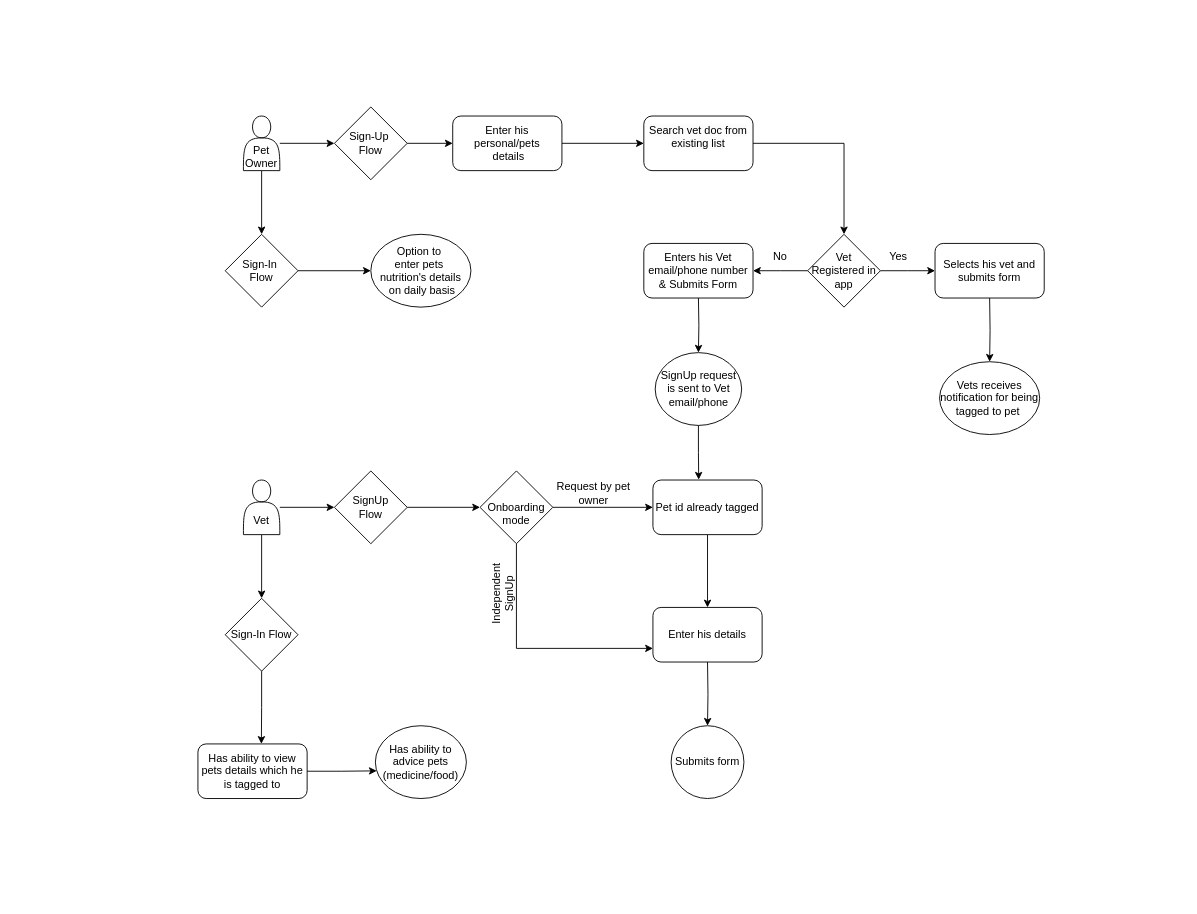
namanchopra21087/design-documents keeps this draw.io diagram as Pet-App-Flow.drawio. Above is the earlier version. Source tidied: cells renumbered, new cells numbered last; positions are measured from the earlier drawing's top-left corner, leaving out a move shared by most shapes. Both pictures are drawn from the tidied source at 91%, with x=0, y=0 at pixel (197, 106).
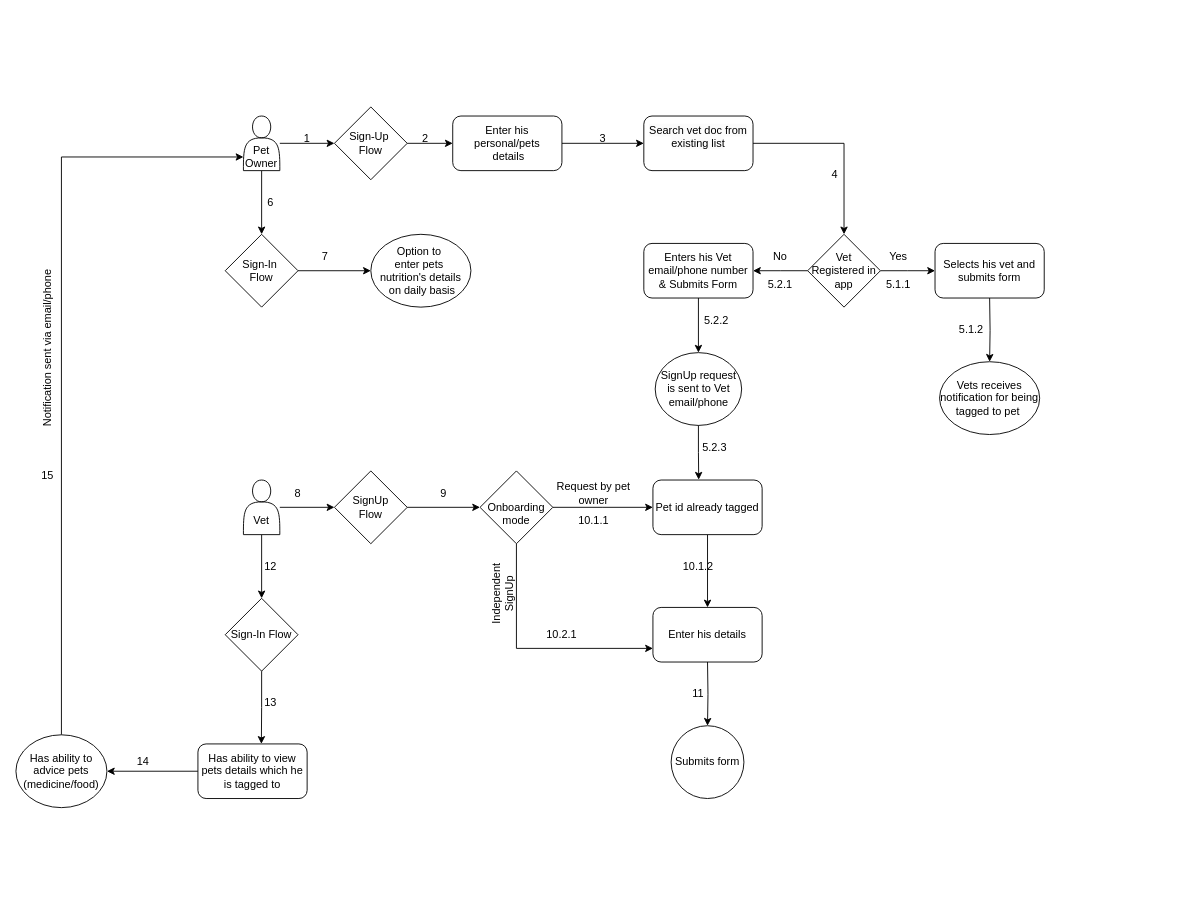
After the change.

The change refers to these unchanged cells:
```xml
<mxCell id="6" value="&lt;div&gt;&lt;br&gt;&lt;/div&gt;&lt;div&gt;&lt;br&gt;&lt;/div&gt;Pet Owner" style="shape=actor;whiteSpace=wrap;html=1;" parent="1" vertex="1">
  <mxGeometry x="50" y="10" width="40" height="60" as="geometry" />
</mxCell>
<mxCell id="13" value="SignUp request is sent to Vet email/phone" style="ellipse;whiteSpace=wrap;html=1;" parent="1" vertex="1">
  <mxGeometry x="502.5" y="270" width="95" height="80" as="geometry" />
</mxCell>
<mxCell id="38" value="Enters his Vet email/phone number&lt;div&gt;&amp;amp; Submits Form&lt;/div&gt;" style="rounded=1;whiteSpace=wrap;html=1;" parent="1" vertex="1">
  <mxGeometry x="490" y="150" width="120" height="60" as="geometry" />
</mxCell>
<mxCell id="43" value="Has ability to view pets details which he is tagged to" style="rounded=1;whiteSpace=wrap;html=1;" parent="1" vertex="1">
  <mxGeometry y="700" width="120" height="60" as="geometry" />
</mxCell>
```

The edit, as a diff of the source:
```diff
@@
-    <mxCell id="12" style="edgeStyle=orthogonalEdgeStyle;rounded=0;jettySize=auto;html=1;entryX=0.5;entryY=0;entryDx=0;entryDy=0;" parent="1" edge="1" target="13">
-      <mxGeometry relative="1" as="geometry">
-        <mxPoint x="550" y="210" as="sourcePoint" />
-      </mxGeometry>
-    </mxCell>
@@
+    <mxCell id="48" style="edgeStyle=orthogonalEdgeStyle;rounded=0;jettySize=auto;html=1;entryX=0;entryY=0.75;entryDx=0;entryDy=0;exitX=0.5;exitY=0;exitDx=0;exitDy=0;" parent="1" edge="1" source="28" target="6">
+      <mxGeometry relative="1" as="geometry" />
+    </mxCell>
     <mxCell id="28" value="Has ability to advice pets&lt;div&gt;(medicine/food)&lt;/div&gt;" style="ellipse;whiteSpace=wrap;html=1;" parent="1" vertex="1">
-      <mxGeometry x="195" y="680" width="100" height="80" as="geometry" />
+      <mxGeometry x="-200" y="690" width="100" height="80" as="geometry" />
     </mxCell>
@@
+    <mxCell id="49" style="edgeStyle=orthogonalEdgeStyle;rounded=0;jettySize=auto;html=1;entryX=0.5;entryY=0;entryDx=0;entryDy=0;" parent="1" edge="1" source="38" target="13">
+      <mxGeometry relative="1" as="geometry" />
+    </mxCell>
@@
+    <mxCell id="44" style="edgeStyle=orthogonalEdgeStyle;rounded=0;jettySize=auto;html=1;entryX=1;entryY=0.5;entryDx=0;entryDy=0;" parent="1" edge="1" source="43" target="28">
+      <mxGeometry relative="1" as="geometry" />
+    </mxCell>
@@
-    <mxCell id="44" style="edgeStyle=orthogonalEdgeStyle;rounded=0;jettySize=auto;html=1;entryX=0.015;entryY=0.62;entryDx=0;entryDy=0;entryPerimeter=0;" parent="1" edge="1" source="43" target="28">
-      <mxGeometry relative="1" as="geometry" />
-    </mxCell>
@@
+    <mxCell id="50" value="&amp;nbsp;" style="text;html=1;align=center;verticalAlign=middle;whiteSpace=wrap;rounded=0;" parent="1" vertex="1">
+      <mxGeometry x="-190" y="210" width="60" height="30" as="geometry" />
+    </mxCell>
+    <mxCell id="51" value="&amp;nbsp;" style="text;html=1;align=center;verticalAlign=middle;whiteSpace=wrap;rounded=0;" parent="1" vertex="1">
+      <mxGeometry x="390" y="840" width="60" height="30" as="geometry" />
+    </mxCell>
+    <mxCell id="52" value="&amp;nbsp;" style="text;html=1;align=center;verticalAlign=middle;whiteSpace=wrap;rounded=0;" parent="1" vertex="1">
+      <mxGeometry x="755" y="550" width="60" height="30" as="geometry" />
+    </mxCell>
+    <mxCell id="53" value="&amp;nbsp;" style="text;html=1;align=center;verticalAlign=middle;whiteSpace=wrap;rounded=0;" parent="1" vertex="1">
+      <mxGeometry x="430" y="-100" width="60" height="30" as="geometry" />
+    </mxCell>
+    <mxCell id="54" value="&amp;nbsp;" style="text;html=1;align=center;verticalAlign=middle;whiteSpace=wrap;rounded=0;" parent="1" vertex="1">
+      <mxGeometry x="1020" y="230" width="60" height="30" as="geometry" />
+    </mxCell>
+    <mxCell id="55" value="1" style="text;html=1;align=center;verticalAlign=middle;whiteSpace=wrap;rounded=0;" parent="1" vertex="1">
+      <mxGeometry x="90" y="20" width="60" height="30" as="geometry" />
+    </mxCell>
+    <mxCell id="56" value="2" style="text;html=1;align=center;verticalAlign=middle;whiteSpace=wrap;rounded=0;" parent="1" vertex="1">
+      <mxGeometry x="220" y="20" width="60" height="30" as="geometry" />
+    </mxCell>
+    <mxCell id="57" value="3" style="text;html=1;align=center;verticalAlign=middle;whiteSpace=wrap;rounded=0;" parent="1" vertex="1">
+      <mxGeometry x="415" y="20" width="60" height="30" as="geometry" />
+    </mxCell>
+    <mxCell id="58" value="4" style="text;html=1;align=center;verticalAlign=middle;whiteSpace=wrap;rounded=0;" parent="1" vertex="1">
+      <mxGeometry x="670" y="60" width="60" height="30" as="geometry" />
+    </mxCell>
+    <mxCell id="59" value="5.1.1" style="text;html=1;align=center;verticalAlign=middle;whiteSpace=wrap;rounded=0;" parent="1" vertex="1">
+      <mxGeometry x="740" y="180" width="60" height="30" as="geometry" />
+    </mxCell>
+    <mxCell id="60" value="5.1.2" style="text;html=1;align=center;verticalAlign=middle;whiteSpace=wrap;rounded=0;" parent="1" vertex="1">
+      <mxGeometry x="820" y="230" width="60" height="30" as="geometry" />
+    </mxCell>
+    <mxCell id="61" value="5.2.1" style="text;html=1;align=center;verticalAlign=middle;whiteSpace=wrap;rounded=0;" parent="1" vertex="1">
+      <mxGeometry x="610" y="180" width="60" height="30" as="geometry" />
+    </mxCell>
+    <mxCell id="62" value="5.2.2" style="text;html=1;align=center;verticalAlign=middle;whiteSpace=wrap;rounded=0;" parent="1" vertex="1">
+      <mxGeometry x="540" y="220" width="60" height="30" as="geometry" />
+    </mxCell>
+    <mxCell id="63" value="6" style="text;html=1;align=center;verticalAlign=middle;whiteSpace=wrap;rounded=0;" parent="1" vertex="1">
+      <mxGeometry x="50" y="90" width="60" height="30" as="geometry" />
+    </mxCell>
+    <mxCell id="64" value="7" style="text;html=1;align=center;verticalAlign=middle;whiteSpace=wrap;rounded=0;" parent="1" vertex="1">
+      <mxGeometry x="110" y="150" width="60" height="30" as="geometry" />
+    </mxCell>
+    <mxCell id="65" value="5.2.3" style="text;html=1;align=center;verticalAlign=middle;whiteSpace=wrap;rounded=0;" parent="1" vertex="1">
+      <mxGeometry x="537.5" y="360" width="60" height="30" as="geometry" />
+    </mxCell>
+    <mxCell id="66" value="8" style="text;html=1;align=center;verticalAlign=middle;whiteSpace=wrap;rounded=0;" parent="1" vertex="1">
+      <mxGeometry x="80" y="410" width="60" height="30" as="geometry" />
+    </mxCell>
+    <mxCell id="67" value="9" style="text;html=1;align=center;verticalAlign=middle;whiteSpace=wrap;rounded=0;" parent="1" vertex="1">
+      <mxGeometry x="240" y="410" width="60" height="30" as="geometry" />
+    </mxCell>
+    <mxCell id="68" value="10.1.1" style="text;html=1;align=center;verticalAlign=middle;whiteSpace=wrap;rounded=0;" parent="1" vertex="1">
+      <mxGeometry x="405" y="440" width="60" height="30" as="geometry" />
+    </mxCell>
+    <mxCell id="69" value="10.1.2" style="text;html=1;align=center;verticalAlign=middle;whiteSpace=wrap;rounded=0;" parent="1" vertex="1">
+      <mxGeometry x="520" y="490" width="60" height="30" as="geometry" />
+    </mxCell>
+    <mxCell id="70" value="11" style="text;html=1;align=center;verticalAlign=middle;whiteSpace=wrap;rounded=0;" parent="1" vertex="1">
+      <mxGeometry x="520" y="630" width="60" height="30" as="geometry" />
+    </mxCell>
+    <mxCell id="71" value="10.2.1" style="text;html=1;align=center;verticalAlign=middle;whiteSpace=wrap;rounded=0;" parent="1" vertex="1">
+      <mxGeometry x="370" y="565" width="60" height="30" as="geometry" />
+    </mxCell>
+    <mxCell id="72" value="12" style="text;html=1;align=center;verticalAlign=middle;whiteSpace=wrap;rounded=0;" parent="1" vertex="1">
+      <mxGeometry x="50" y="490" width="60" height="30" as="geometry" />
+    </mxCell>
+    <mxCell id="73" value="13" style="text;html=1;align=center;verticalAlign=middle;whiteSpace=wrap;rounded=0;" parent="1" vertex="1">
+      <mxGeometry x="50" y="640" width="60" height="30" as="geometry" />
+    </mxCell>
+    <mxCell id="74" value="14" style="text;html=1;align=center;verticalAlign=middle;whiteSpace=wrap;rounded=0;" parent="1" vertex="1">
+      <mxGeometry x="-90" y="705" width="60" height="30" as="geometry" />
+    </mxCell>
+    <mxCell id="75" value="Notification sent via email/phone" style="text;html=1;align=center;verticalAlign=middle;whiteSpace=wrap;rounded=0;rotation=-90;" parent="1" vertex="1">
+      <mxGeometry x="-330" y="250" width="330" height="30" as="geometry" />
+    </mxCell>
+    <mxCell id="76" value="15" style="text;html=1;align=center;verticalAlign=middle;whiteSpace=wrap;rounded=0;" parent="1" vertex="1">
+      <mxGeometry x="-195" y="390" width="60" height="30" as="geometry" />
+    </mxCell>
```
